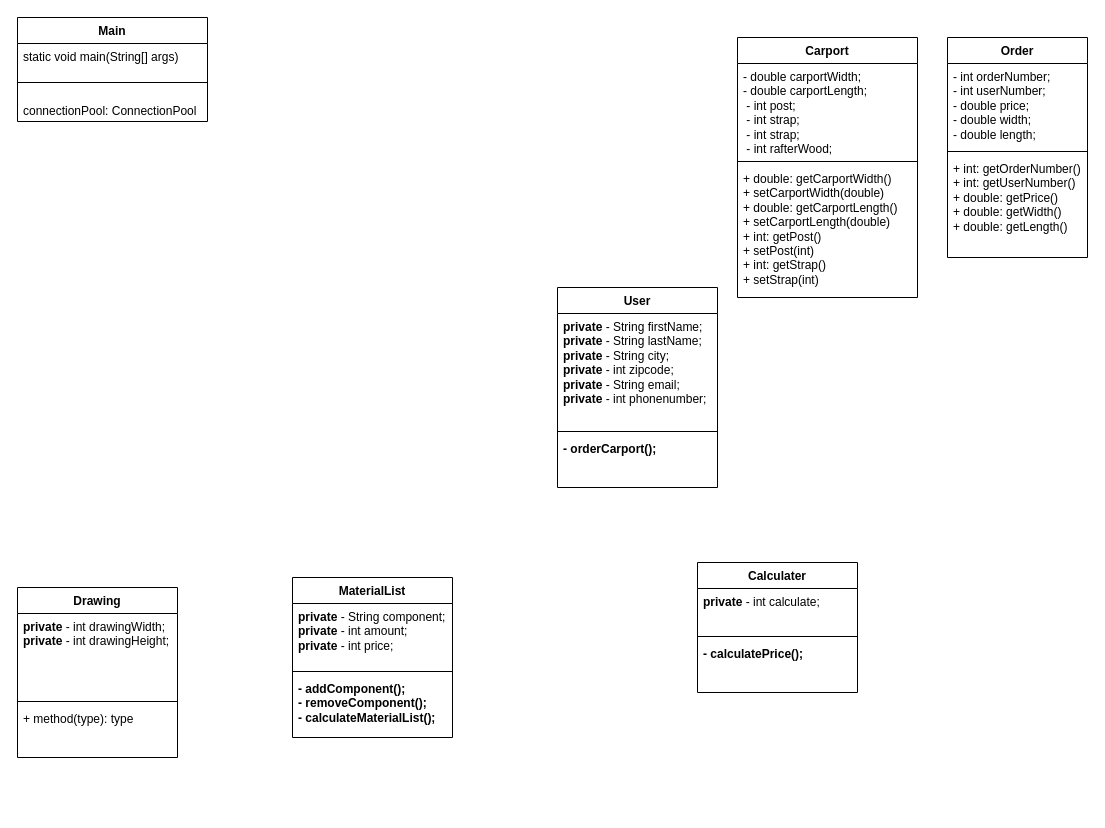
Above: src/main/resources/diagrams/Classdiagrams/class diagram.drawio in RodneyMuyanga/2.-semesterprojekt-FOG (draw.io), before the change. Source tidied: cells renumbered, new cells numbered last; positions are measured from the earlier drawing's top-left corner, leaving out a move shared by most shapes. Both pictures are drawn from the tidied source at 100%, with x=0, y=0 at pixel (17, 17).
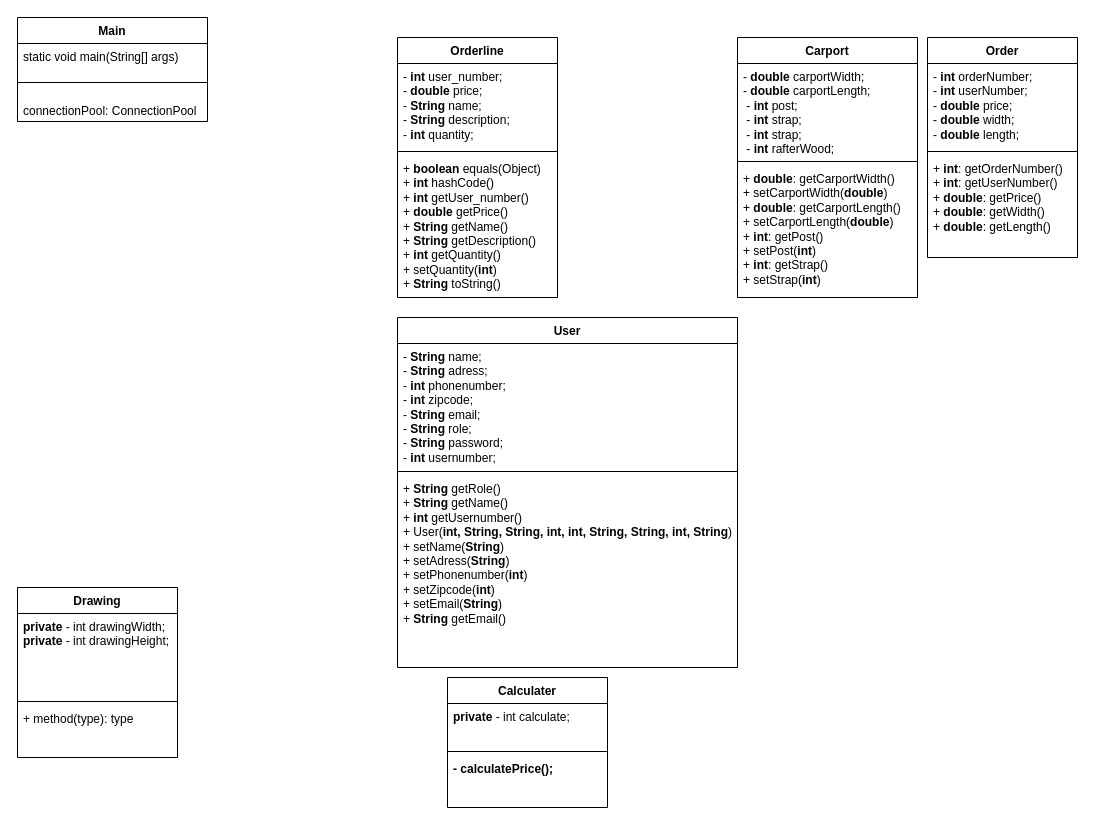
The same page after the edit.

Commit message:
fog klasse diagram

The change refers to these unchanged cells:
```xml
<mxCell id="2" value="Carport" style="swimlane;fontStyle=1;align=center;verticalAlign=top;horizontal=1;startSize=26;whiteSpace=wrap;html=1;" parent="1" vertex="1">
  <mxGeometry x="720" y="20" width="180" height="260" as="geometry" />
</mxCell>
```

The edit, as a diff of the source:
```diff
@@
-    <mxCell id="3" value="- double carportWidth;&lt;br&gt;&lt;div&gt;&lt;div&gt;- double carportLength;&lt;br&gt;&lt;/div&gt;&lt;div&gt;&lt;div&gt;&amp;nbsp;- int post;&lt;br&gt;&lt;/div&gt;&lt;div&gt;&lt;div&gt;&amp;nbsp;- int strap;&lt;/div&gt;&lt;div&gt;&amp;nbsp;- int strap;&lt;/div&gt;&lt;/div&gt;&lt;div&gt;&lt;div&gt;&amp;nbsp;- int rafterWood;&lt;/div&gt;&lt;/div&gt;&lt;/div&gt;&lt;/div&gt;&lt;div&gt;&lt;br&gt;&lt;/div&gt;" style="text;strokeColor=none;fillColor=none;align=left;verticalAlign=top;spacingLeft=4;spacingRight=4;overflow=hidden;whiteSpace=wrap;html=1;" parent="2" vertex="1">
+    <mxCell id="3" value="- &lt;b&gt;double &lt;/b&gt;carportWidth;&lt;br&gt;&lt;div&gt;&lt;div&gt;- &lt;b&gt;double &lt;/b&gt;carportLength;&lt;br&gt;&lt;/div&gt;&lt;div&gt;&lt;div&gt;&amp;nbsp;- &lt;b&gt;int &lt;/b&gt;post;&lt;br&gt;&lt;/div&gt;&lt;div&gt;&lt;div&gt;&amp;nbsp;- &lt;b&gt;int &lt;/b&gt;strap;&lt;/div&gt;&lt;div&gt;&amp;nbsp;- &lt;b&gt;int &lt;/b&gt;strap;&lt;/div&gt;&lt;/div&gt;&lt;div&gt;&lt;div&gt;&amp;nbsp;- &lt;b&gt;int &lt;/b&gt;rafterWood;&lt;/div&gt;&lt;/div&gt;&lt;/div&gt;&lt;/div&gt;&lt;div&gt;&lt;br&gt;&lt;/div&gt;" style="text;strokeColor=none;fillColor=none;align=left;verticalAlign=top;spacingLeft=4;spacingRight=4;overflow=hidden;whiteSpace=wrap;html=1;" parent="2" vertex="1">
       <mxGeometry y="26" width="180" height="94" as="geometry" />
     </mxCell>
@@
-    <mxCell id="5" value="&lt;div&gt;+ double: getCarportWidth()&lt;/div&gt;&lt;div&gt;+ setCarportWidth(double)&lt;br&gt;&lt;/div&gt;&lt;div&gt;&lt;div&gt;+ double: getCarportLength()&lt;/div&gt;&lt;div&gt;+ setCarportLength(double)&lt;/div&gt;&lt;div&gt;&lt;div&gt;+ int: getPost()&lt;/div&gt;&lt;div&gt;+ setPost(int)&lt;/div&gt;&lt;div&gt;&lt;div&gt;+ int: getStrap()&lt;br&gt;&lt;/div&gt;&lt;div&gt;+ setStrap(int)&lt;br&gt;&lt;/div&gt;&lt;/div&gt;&lt;/div&gt;&lt;/div&gt;" style="text;strokeColor=none;fillColor=none;align=left;verticalAlign=top;spacingLeft=4;spacingRight=4;overflow=hidden;whiteSpace=wrap;html=1;" parent="2" vertex="1">
+    <mxCell id="5" value="&lt;div&gt;+ &lt;b&gt;double&lt;/b&gt;: getCarportWidth()&lt;/div&gt;&lt;div&gt;+ setCarportWidth(&lt;b&gt;double&lt;/b&gt;)&lt;br&gt;&lt;/div&gt;&lt;div&gt;&lt;div&gt;+ &lt;b&gt;double&lt;/b&gt;: getCarportLength()&lt;/div&gt;&lt;div&gt;+ setCarportLength(&lt;b&gt;double&lt;/b&gt;)&lt;/div&gt;&lt;div&gt;&lt;div&gt;+ &lt;b&gt;int&lt;/b&gt;: getPost()&lt;/div&gt;&lt;div&gt;+ setPost(&lt;b&gt;int&lt;/b&gt;)&lt;/div&gt;&lt;div&gt;&lt;div&gt;+ &lt;b&gt;int&lt;/b&gt;: getStrap()&lt;br&gt;&lt;/div&gt;&lt;div&gt;+ setStrap(&lt;b&gt;int&lt;/b&gt;)&lt;br&gt;&lt;/div&gt;&lt;/div&gt;&lt;/div&gt;&lt;/div&gt;" style="text;strokeColor=none;fillColor=none;align=left;verticalAlign=top;spacingLeft=4;spacingRight=4;overflow=hidden;whiteSpace=wrap;html=1;" parent="2" vertex="1">
       <mxGeometry y="128" width="180" height="132" as="geometry" />
     </mxCell>
     <mxCell id="6" value="User" style="swimlane;fontStyle=1;align=center;verticalAlign=top;horizontal=1;startSize=26;whiteSpace=wrap;html=1;" parent="1" vertex="1">
-      <mxGeometry x="540" y="270" width="160" height="200" as="geometry" />
+      <mxGeometry x="380" y="300" width="340" height="350" as="geometry" />
     </mxCell>
-    <mxCell id="7" value="&lt;div&gt;&lt;b&gt;private&lt;/b&gt; - String firstName;&lt;/div&gt;&lt;div&gt;&lt;div&gt;&lt;b&gt;private&lt;/b&gt; - String lastName;&lt;/div&gt;&lt;div&gt;&lt;div&gt;&lt;b&gt;private&lt;/b&gt; - String city;&lt;/div&gt;&lt;div&gt;&lt;b&gt;private&lt;/b&gt; - int zipcode;&lt;/div&gt;&lt;div&gt;&lt;div&gt;&lt;b&gt;private&lt;/b&gt; - String email;&lt;/div&gt;&lt;div&gt;&lt;b&gt;private&lt;/b&gt; - int phonenumber;&lt;br&gt;&lt;/div&gt;&lt;div&gt;&lt;br&gt;&lt;/div&gt;&lt;/div&gt;&lt;/div&gt;&lt;/div&gt;&lt;div&gt;&lt;br&gt;&lt;/div&gt;" style="text;strokeColor=none;fillColor=none;align=left;verticalAlign=top;spacingLeft=4;spacingRight=4;overflow=hidden;whiteSpace=wrap;html=1;" parent="6" vertex="1">
-      <mxGeometry y="26" width="160" height="114" as="geometry" />
+    <mxCell id="7" value="&lt;div&gt;- &lt;b&gt;String&lt;/b&gt; name;&lt;/div&gt;&lt;div&gt;&lt;div&gt;-&lt;b&gt; String &lt;/b&gt;adress;&lt;/div&gt;&lt;div&gt;-&lt;b&gt; int&lt;/b&gt; phonenumber;&lt;/div&gt;&lt;div&gt;-&lt;b&gt; int&lt;/b&gt; zipcode;&lt;br&gt;&lt;/div&gt;&lt;div&gt;&lt;div&gt;-&lt;b&gt; String &lt;/b&gt;email;&lt;/div&gt;&lt;div&gt;- &lt;b&gt;String&lt;/b&gt; role;&lt;/div&gt;&lt;div&gt;- &lt;b&gt;String&lt;/b&gt; password;&lt;/div&gt;&lt;div&gt;- &lt;b&gt;int&lt;/b&gt; usernumber;&lt;br&gt;&lt;/div&gt;&lt;div&gt;&lt;div&gt;&lt;br&gt;&lt;/div&gt;&lt;/div&gt;&lt;/div&gt;&lt;/div&gt;&lt;div&gt;&lt;br&gt;&lt;/div&gt;" style="text;strokeColor=none;fillColor=none;align=left;verticalAlign=top;spacingLeft=4;spacingRight=4;overflow=hidden;whiteSpace=wrap;html=1;" parent="6" vertex="1">
+      <mxGeometry y="26" width="340" height="124" as="geometry" />
     </mxCell>
     <mxCell id="8" style="line;strokeWidth=1;fillColor=none;align=left;verticalAlign=middle;spacingTop=-1;spacingLeft=3;spacingRight=3;labelPosition=right;strokeColor=inherit;" parent="6" vertex="1">
-      <mxGeometry y="140" width="160" height="8" as="geometry" />
+      <mxGeometry y="150" width="340" height="8" as="geometry" />
     </mxCell>
-    <mxCell id="9" value="&lt;b&gt;- orderCarport();&lt;/b&gt;" style="text;strokeColor=none;fillColor=none;align=left;verticalAlign=top;spacingLeft=4;spacingRight=4;overflow=hidden;whiteSpace=wrap;html=1;" parent="6" vertex="1">
-      <mxGeometry y="148" width="160" height="52" as="geometry" />
+    <mxCell id="9" value="&lt;div&gt;+ &lt;b&gt;String&lt;/b&gt; getRole()&lt;/div&gt;&lt;div&gt;+ &lt;b&gt;String &lt;/b&gt;getName()&lt;/div&gt;&lt;div&gt;+ &lt;b&gt;int&lt;/b&gt; getUsernumber()&lt;/div&gt;&lt;div&gt;+ User(&lt;b&gt;int, String, String, int, int, String, String, int, String&lt;/b&gt;)&lt;/div&gt;&lt;div&gt;+ setName(&lt;b&gt;String&lt;/b&gt;)&lt;/div&gt;&lt;div&gt;+ setAdress(&lt;b&gt;String&lt;/b&gt;)&lt;/div&gt;&lt;div&gt;+ setPhonenumber(&lt;b&gt;int&lt;/b&gt;)&lt;/div&gt;&lt;div&gt;+ setZipcode(&lt;b&gt;int&lt;/b&gt;)&lt;/div&gt;&lt;div&gt;+ setEmail(&lt;b&gt;String&lt;/b&gt;)&lt;/div&gt;&lt;div&gt;+ &lt;b&gt;String&lt;/b&gt; getEmail()&lt;br&gt;&lt;/div&gt;" style="text;strokeColor=none;fillColor=none;align=left;verticalAlign=top;spacingLeft=4;spacingRight=4;overflow=hidden;whiteSpace=wrap;html=1;" parent="6" vertex="1">
+      <mxGeometry y="158" width="340" height="192" as="geometry" />
     </mxCell>
-    <mxCell id="10" value="MaterialList" style="swimlane;fontStyle=1;align=center;verticalAlign=top;horizontal=1;startSize=26;whiteSpace=wrap;html=1;" parent="1" vertex="1">
-      <mxGeometry x="275" y="560" width="160" height="160" as="geometry" />
+    <mxCell id="10" value="Orderline" style="swimlane;fontStyle=1;align=center;verticalAlign=top;horizontal=1;startSize=26;whiteSpace=wrap;html=1;" parent="1" vertex="1">
+      <mxGeometry x="380" y="20" width="160" height="260" as="geometry" />
     </mxCell>
-    <mxCell id="11" value="&lt;div&gt;&lt;b&gt;private&lt;/b&gt; - String component;&lt;/div&gt;&lt;div&gt;&lt;div&gt;&lt;b&gt;private&lt;/b&gt; - int amount;&lt;/div&gt;&lt;div&gt;&lt;div&gt;&lt;b&gt;private&lt;/b&gt; - int price;&lt;div&gt;&lt;br&gt;&lt;/div&gt;&lt;/div&gt;&lt;/div&gt;&lt;/div&gt;&lt;div&gt;&lt;br&gt;&lt;/div&gt;" style="text;strokeColor=none;fillColor=none;align=left;verticalAlign=top;spacingLeft=4;spacingRight=4;overflow=hidden;whiteSpace=wrap;html=1;" parent="10" vertex="1">
-      <mxGeometry y="26" width="160" height="64" as="geometry" />
+    <mxCell id="11" value="&lt;div&gt;- &lt;b&gt;int &lt;/b&gt;user_number;&lt;/div&gt;&lt;div&gt;- &lt;b&gt;double &lt;/b&gt;price;&lt;/div&gt;&lt;div&gt;- &lt;b&gt;String &lt;/b&gt;name;&lt;/div&gt;&lt;div&gt;- &lt;b&gt;String &lt;/b&gt;description;&lt;/div&gt;&lt;div&gt;- &lt;b&gt;int &lt;/b&gt;quantity;&lt;br&gt;&lt;/div&gt;" style="text;strokeColor=none;fillColor=none;align=left;verticalAlign=top;spacingLeft=4;spacingRight=4;overflow=hidden;whiteSpace=wrap;html=1;" parent="10" vertex="1">
+      <mxGeometry y="26" width="160" height="84" as="geometry" />
     </mxCell>
     <mxCell id="12" style="line;strokeWidth=1;fillColor=none;align=left;verticalAlign=middle;spacingTop=-1;spacingLeft=3;spacingRight=3;labelPosition=right;strokeColor=inherit;" parent="10" vertex="1">
-      <mxGeometry y="90" width="160" height="8" as="geometry" />
+      <mxGeometry y="110" width="160" height="8" as="geometry" />
     </mxCell>
-    <mxCell id="13" value="&lt;div&gt;&lt;b&gt;- addComponent();&lt;/b&gt;&lt;/div&gt;&lt;div&gt;&lt;b&gt;- removeComponent();&lt;/b&gt;&lt;/div&gt;&lt;div&gt;&lt;b&gt;- calculateMaterialList();&lt;br&gt;&lt;/b&gt;&lt;/div&gt;&lt;div&gt;&lt;b&gt;&lt;br&gt;&lt;br&gt;&lt;/b&gt;&lt;/div&gt;" style="text;strokeColor=none;fillColor=none;align=left;verticalAlign=top;spacingLeft=4;spacingRight=4;overflow=hidden;whiteSpace=wrap;html=1;" parent="10" vertex="1">
-      <mxGeometry y="98" width="160" height="62" as="geometry" />
+    <mxCell id="13" value="&lt;div&gt;+ &lt;b&gt;boolean &lt;/b&gt;equals(Object)&lt;/div&gt;&lt;div&gt;+ &lt;b&gt;int &lt;/b&gt;hashCode()&lt;/div&gt;&lt;div&gt;+ &lt;b&gt;int &lt;/b&gt;getUser_number()&lt;/div&gt;&lt;div&gt;+ &lt;b&gt;double &lt;/b&gt;getPrice()&lt;/div&gt;&lt;div&gt;+ &lt;b&gt;String &lt;/b&gt;getName()&lt;/div&gt;&lt;div&gt;+ &lt;b&gt;String&lt;/b&gt; getDescription()&lt;/div&gt;&lt;div&gt;+ &lt;b&gt;int&lt;/b&gt; getQuantity()&lt;/div&gt;&lt;div&gt;+ setQuantity(&lt;b&gt;int&lt;/b&gt;)&lt;/div&gt;&lt;div&gt;+ &lt;b&gt;String&lt;/b&gt; toString()&lt;br&gt;&lt;/div&gt;" style="text;strokeColor=none;fillColor=none;align=left;verticalAlign=top;spacingLeft=4;spacingRight=4;overflow=hidden;whiteSpace=wrap;html=1;" parent="10" vertex="1">
+      <mxGeometry y="118" width="160" height="142" as="geometry" />
     </mxCell>
     <mxCell id="14" value="Calculater" style="swimlane;fontStyle=1;align=center;verticalAlign=top;horizontal=1;startSize=26;whiteSpace=wrap;html=1;" parent="1" vertex="1">
-      <mxGeometry x="680" y="545" width="160" height="130" as="geometry" />
+      <mxGeometry x="430" y="660" width="160" height="130" as="geometry" />
     </mxCell>
@@
     <mxCell id="18" value="Order" style="swimlane;fontStyle=1;align=center;verticalAlign=top;horizontal=1;startSize=26;whiteSpace=wrap;html=1;" parent="1" vertex="1">
-      <mxGeometry x="930" y="20" width="140" height="220" as="geometry" />
+      <mxGeometry x="910" y="20" width="150" height="220" as="geometry" />
     </mxCell>
-    <mxCell id="19" value="&lt;div&gt;- int orderNumber;&lt;/div&gt;&lt;div&gt;- int userNumber;&lt;/div&gt;&lt;div&gt;- double price;&lt;/div&gt;&lt;div&gt;- double width;&lt;/div&gt;&lt;div&gt;- double length;&lt;br&gt;&lt;/div&gt;" style="text;strokeColor=none;fillColor=none;align=left;verticalAlign=top;spacingLeft=4;spacingRight=4;overflow=hidden;whiteSpace=wrap;html=1;" parent="18" vertex="1">
-      <mxGeometry y="26" width="140" height="84" as="geometry" />
+    <mxCell id="19" value="&lt;div&gt;- &lt;b&gt;int &lt;/b&gt;orderNumber;&lt;/div&gt;&lt;div&gt;- &lt;b&gt;int &lt;/b&gt;userNumber;&lt;/div&gt;&lt;div&gt;- &lt;b&gt;double &lt;/b&gt;price;&lt;/div&gt;&lt;div&gt;- &lt;b&gt;double &lt;/b&gt;width;&lt;/div&gt;&lt;div&gt;- &lt;b&gt;double &lt;/b&gt;length;&lt;br&gt;&lt;/div&gt;" style="text;strokeColor=none;fillColor=none;align=left;verticalAlign=top;spacingLeft=4;spacingRight=4;overflow=hidden;whiteSpace=wrap;html=1;" parent="18" vertex="1">
+      <mxGeometry y="26" width="150" height="84" as="geometry" />
     </mxCell>
     <mxCell id="20" style="line;strokeWidth=1;fillColor=none;align=left;verticalAlign=middle;spacingTop=-1;spacingLeft=3;spacingRight=3;labelPosition=right;strokeColor=inherit;" parent="18" vertex="1">
-      <mxGeometry y="110" width="140" height="8" as="geometry" />
+      <mxGeometry y="110" width="150" height="8" as="geometry" />
     </mxCell>
-    <mxCell id="21" value="&lt;div&gt;+ int: getOrderNumber()&lt;/div&gt;&lt;div&gt;+ int: getUserNumber()&lt;/div&gt;&lt;div&gt;+ double: getPrice()&lt;/div&gt;&lt;div&gt;+ double: getWidth()&lt;/div&gt;&lt;div&gt;+ double: getLength()&lt;/div&gt;" style="text;strokeColor=none;fillColor=none;align=left;verticalAlign=top;spacingLeft=4;spacingRight=4;overflow=hidden;whiteSpace=wrap;html=1;" parent="18" vertex="1">
-      <mxGeometry y="118" width="140" height="102" as="geometry" />
+    <mxCell id="21" value="&lt;div&gt;+ &lt;b&gt;int&lt;/b&gt;: getOrderNumber()&lt;/div&gt;&lt;div&gt;+ &lt;b&gt;int&lt;/b&gt;: getUserNumber()&lt;/div&gt;&lt;div&gt;+ &lt;b&gt;double&lt;/b&gt;: getPrice()&lt;/div&gt;&lt;div&gt;+ &lt;b&gt;double&lt;/b&gt;: getWidth()&lt;/div&gt;&lt;div&gt;+ &lt;b&gt;double&lt;/b&gt;: getLength()&lt;/div&gt;" style="text;strokeColor=none;fillColor=none;align=left;verticalAlign=top;spacingLeft=4;spacingRight=4;overflow=hidden;whiteSpace=wrap;html=1;" parent="18" vertex="1">
+      <mxGeometry y="118" width="150" height="102" as="geometry" />
     </mxCell>
```
